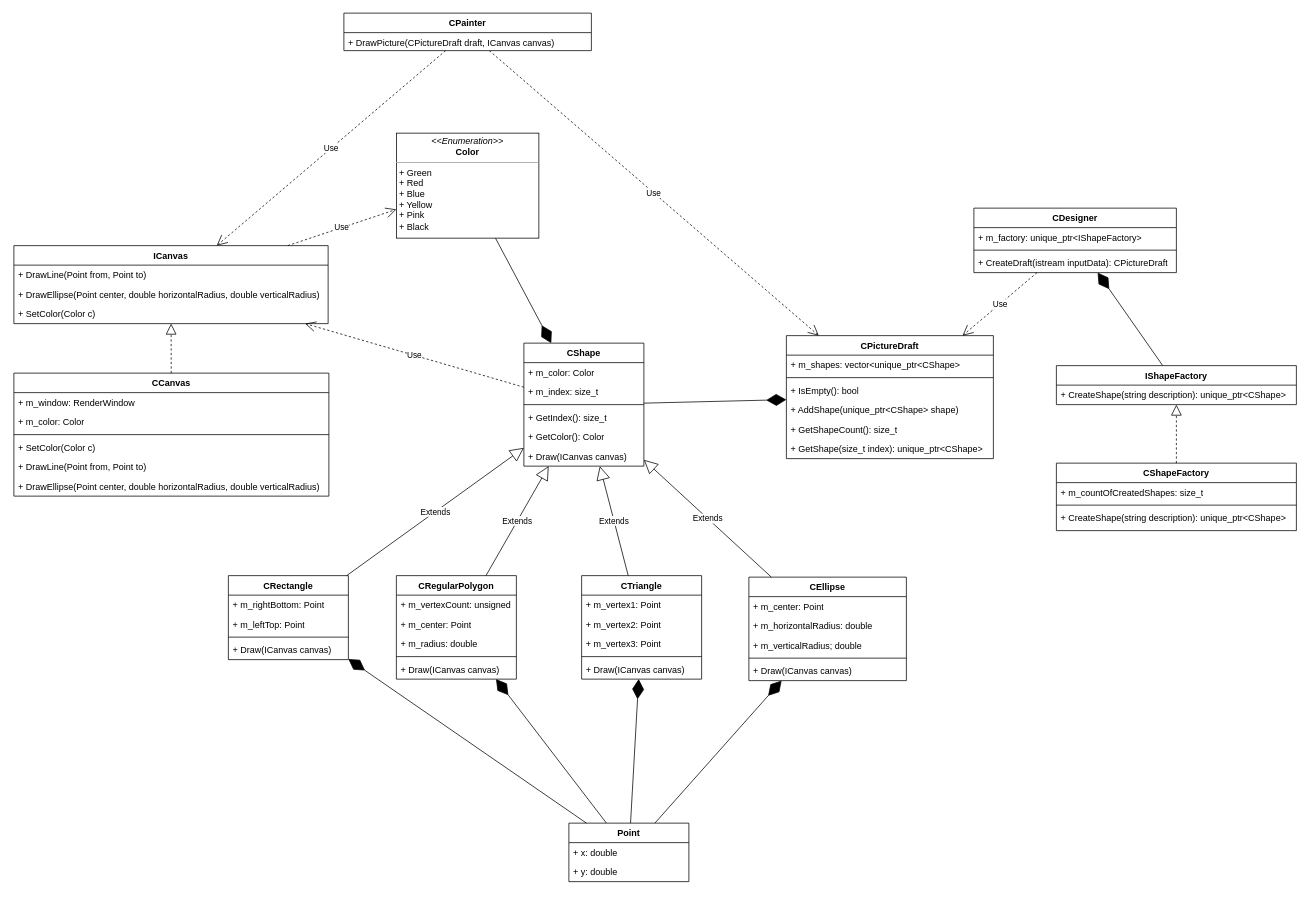
Above: lab4/lab4Diagram.drawio in amfunNylord/ood (draw.io), before the change. Source tidied: cells renumbered, new cells numbered last; positions are measured from the earlier drawing's top-left corner, leaving out a move shared by most shapes. Both pictures are drawn from the tidied source at 75%, with x=0, y=0 at pixel (14, 13).
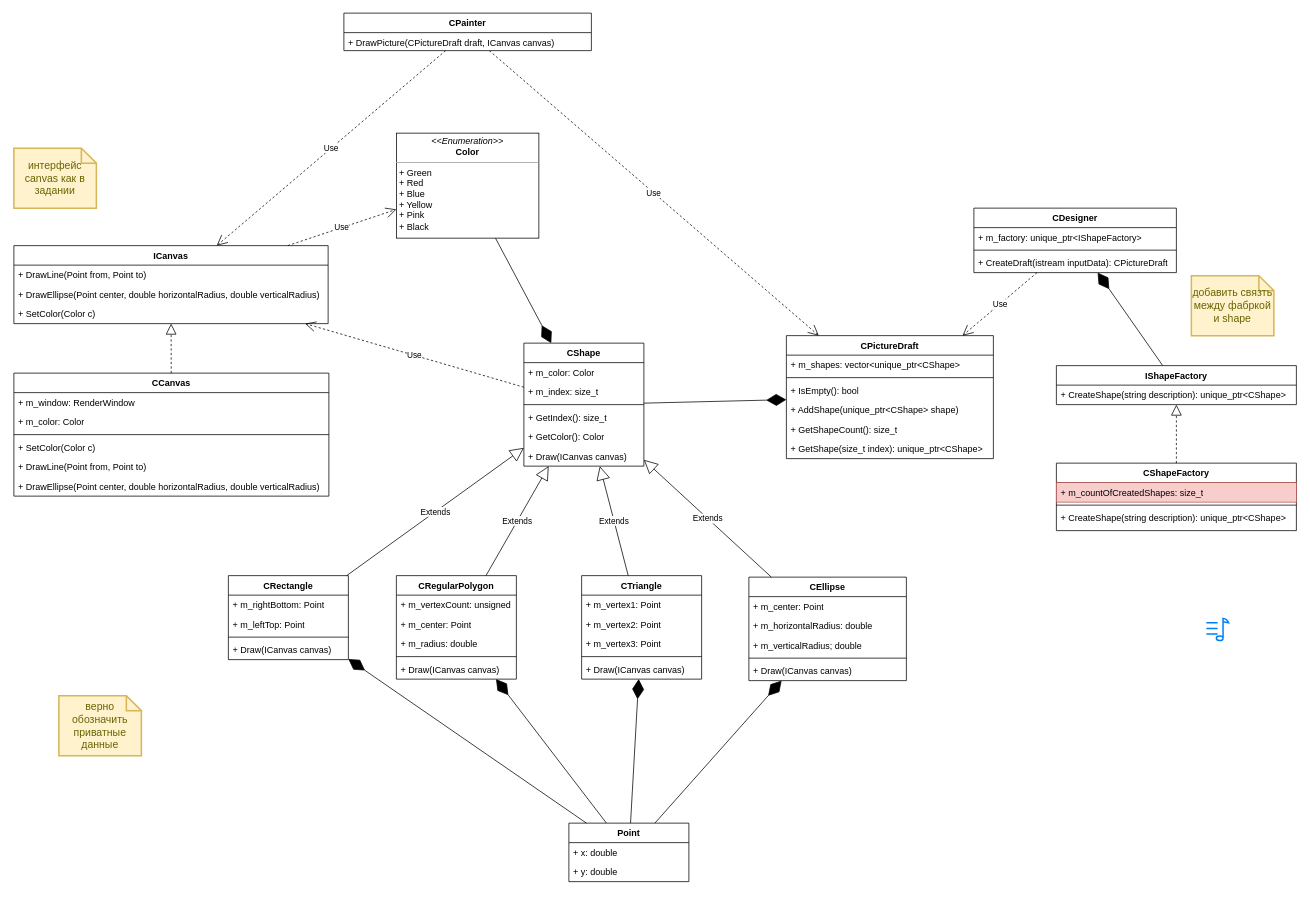
The same diagram, later.

Unchanged cells that the change refers to:
```xml
<mxCell id="46" value="CShapeFactory" style="swimlane;fontStyle=1;align=center;verticalAlign=top;horizontal=1;startSize=26;whiteSpace=wrap;html=1;" parent="1" vertex="1">
  <mxGeometry x="1390" y="600" width="320" height="90" as="geometry" />
</mxCell>
```

What changed in the source:
```diff
@@
-    <mxCell id="47" value="+ m_countOfCreatedShapes: size_t" style="text;strokeColor=none;fillColor=none;align=left;verticalAlign=top;spacingLeft=4;spacingRight=4;overflow=hidden;whiteSpace=wrap;html=1;" parent="46" vertex="1">
+    <mxCell id="47" value="+ m_countOfCreatedShapes: size_t" style="text;strokeColor=#b85450;fillColor=#f8cecc;align=left;verticalAlign=top;spacingLeft=4;spacingRight=4;overflow=hidden;whiteSpace=wrap;html=1;" parent="46" vertex="1">
       <mxGeometry y="26" width="320" height="26" as="geometry" />
     </mxCell>
@@
+    <mxCell id="84" style="html=1;verticalLabelPosition=bottom;align=center;labelBackgroundColor=#ffffff;verticalAlign=top;strokeWidth=2;strokeColor=#0080F0;shadow=0;dashed=0;shape=mxgraph.ios7.icons.note;" parent="1" vertex="1">
+      <mxGeometry x="1590" y="807" width="29.7" height="29.7" as="geometry" />
+    </mxCell>
+    <mxCell id="85" value="добавить связть между фабркой и shape" style="shape=note;strokeWidth=2;fontSize=14;size=20;whiteSpace=wrap;html=1;fillColor=#fff2cc;strokeColor=#d6b656;fontColor=#666600;" parent="1" vertex="1">
+      <mxGeometry x="1570" y="350" width="110" height="80" as="geometry" />
+    </mxCell>
+    <mxCell id="86" value="верно обозначить приватные данные" style="shape=note;strokeWidth=2;fontSize=14;size=20;whiteSpace=wrap;html=1;fillColor=#fff2cc;strokeColor=#d6b656;fontColor=#666600;" parent="1" vertex="1">
+      <mxGeometry x="60" y="910" width="110" height="80" as="geometry" />
+    </mxCell>
+    <mxCell id="87" value="интерфейс canvas как в задании" style="shape=note;strokeWidth=2;fontSize=14;size=20;whiteSpace=wrap;html=1;fillColor=#fff2cc;strokeColor=#d6b656;fontColor=#666600;" parent="1" vertex="1">
+      <mxGeometry y="180" width="110" height="80" as="geometry" />
+    </mxCell>
```
